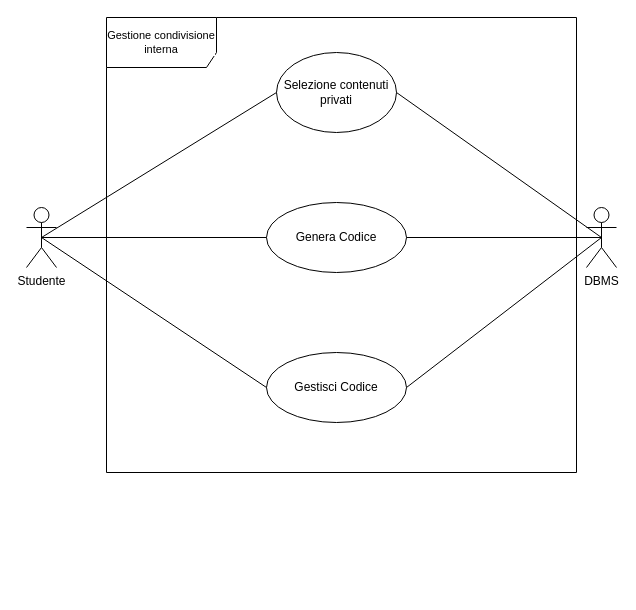
The draw.io diagram page "Gest cond interna" (15 of 16) of visteD'insiemeDraw/VistaD'insiemeProgetto-2.drawio in SImone1104/IDS, before the edit. Source tidied: cells renumbered, new cells numbered last; positions are measured from the earlier drawing's top-left corner, leaving out a move shared by most shapes. Both pictures are drawn from the tidied source at 100%, with x=0, y=0 at pixel (26, 17).
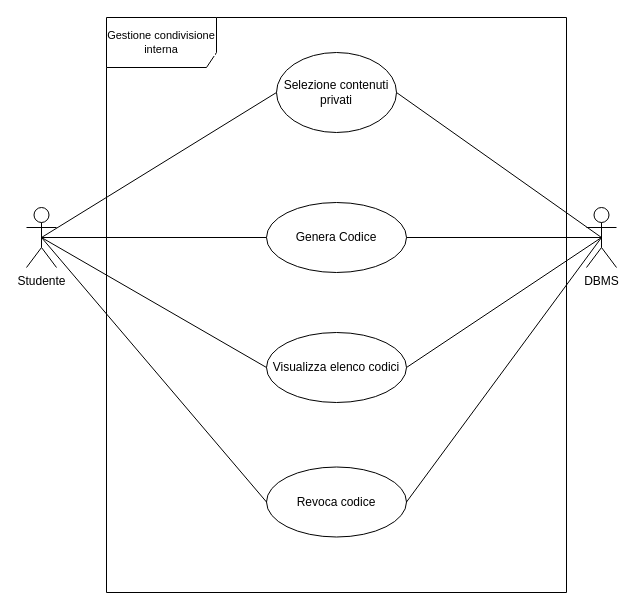
The same diagram, later.

What changed in the source:
```diff
@@
 <mxGraphModel>
   <root>
     <mxCell id="0" />
     <mxCell id="1" parent="0" />
     <mxCell id="2" style="rounded=0;jettySize=auto;html=1;exitX=0.5;exitY=0.5;exitDx=0;exitDy=0;exitPerimeter=0;entryX=0;entryY=0.5;entryDx=0;entryDy=0;endArrow=none;endFill=0;" parent="1" edge="1" source="5" target="11">
       <mxGeometry relative="1" as="geometry" />
     </mxCell>
     <mxCell id="3" style="rounded=0;jettySize=auto;html=1;exitX=0.5;exitY=0.5;exitDx=0;exitDy=0;exitPerimeter=0;entryX=0;entryY=0.5;entryDx=0;entryDy=0;endArrow=none;endFill=0;" parent="1" edge="1" source="5" target="6">
       <mxGeometry relative="1" as="geometry" />
     </mxCell>
     <mxCell id="4" style="rounded=0;jettySize=auto;html=1;exitX=0.5;exitY=0.5;exitDx=0;exitDy=0;exitPerimeter=0;entryX=0;entryY=0.5;entryDx=0;entryDy=0;endArrow=none;endFill=0;" parent="1" edge="1" source="5" target="12">
       <mxGeometry relative="1" as="geometry" />
     </mxCell>
     <mxCell id="5" value="Studente" style="shape=umlActor;verticalLabelPosition=bottom;verticalAlign=top;html=1;outlineConnect=0;" parent="1" vertex="1">
       <mxGeometry y="190" width="30" height="60" as="geometry" />
     </mxCell>
     <mxCell id="6" value="Selezione contenuti privati" style="ellipse;whiteSpace=wrap;html=1;fillColor=none;" parent="1" vertex="1">
       <mxGeometry x="250" y="35" width="120" height="80" as="geometry" />
     </mxCell>
     <mxCell id="7" style="edgeStyle=none;shape=connector;rounded=0;jettySize=auto;html=1;exitX=0.5;exitY=0.5;exitDx=0;exitDy=0;exitPerimeter=0;entryX=1;entryY=0.5;entryDx=0;entryDy=0;strokeColor=default;align=center;verticalAlign=middle;fontFamily=Helvetica;fontSize=11;fontColor=default;labelBackgroundColor=default;endArrow=none;endFill=0;" parent="1" edge="1" source="9" target="11">
       <mxGeometry relative="1" as="geometry" />
     </mxCell>
     <mxCell id="8" style="edgeStyle=none;shape=connector;rounded=0;jettySize=auto;html=1;exitX=0.5;exitY=0.5;exitDx=0;exitDy=0;exitPerimeter=0;entryX=1;entryY=0.5;entryDx=0;entryDy=0;strokeColor=default;align=center;verticalAlign=middle;fontFamily=Helvetica;fontSize=11;fontColor=default;labelBackgroundColor=default;endArrow=none;endFill=0;" parent="1" edge="1" source="9" target="6">
       <mxGeometry relative="1" as="geometry" />
     </mxCell>
     <mxCell id="9" value="DBMS" style="shape=umlActor;verticalLabelPosition=bottom;verticalAlign=top;html=1;outlineConnect=0;" parent="1" vertex="1">
       <mxGeometry x="560" y="190" width="30" height="60" as="geometry" />
     </mxCell>
     <mxCell id="10" value="Gestione condivisione interna" style="shape=umlFrame;whiteSpace=wrap;html=1;fontFamily=Helvetica;fontSize=11;fontColor=default;labelBackgroundColor=default;width=110;height=50;" parent="1" vertex="1">
-      <mxGeometry x="80" width="470" height="455" as="geometry" />
+      <mxGeometry x="80" width="460" height="575" as="geometry" />
     </mxCell>
     <mxCell id="11" value="Genera Codice" style="ellipse;whiteSpace=wrap;html=1;fillColor=none;" parent="1" vertex="1">
       <mxGeometry x="240" y="185" width="140" height="70" as="geometry" />
     </mxCell>
-    <mxCell id="12" value="Gestisci Codice" style="ellipse;whiteSpace=wrap;html=1;fillColor=none;" parent="1" vertex="1">
-      <mxGeometry x="240" y="335" width="140" height="70" as="geometry" />
+    <mxCell id="12" value="Visualizza elenco codici" style="ellipse;whiteSpace=wrap;html=1;fillColor=none;" parent="1" vertex="1">
+      <mxGeometry x="240" y="315" width="140" height="70" as="geometry" />
     </mxCell>
     <mxCell id="13" style="rounded=0;jettySize=auto;html=1;exitX=1;exitY=0.5;exitDx=0;exitDy=0;entryX=0.5;entryY=0.5;entryDx=0;entryDy=0;entryPerimeter=0;endArrow=none;endFill=0;" parent="1" edge="1" source="12" target="9">
       <mxGeometry relative="1" as="geometry" />
     </mxCell>
+    <mxCell id="14" value="Revoca codice" style="ellipse;whiteSpace=wrap;html=1;fillColor=none;" parent="1" vertex="1">
+      <mxGeometry x="240" y="449.5" width="140" height="70" as="geometry" />
+    </mxCell>
+    <mxCell id="15" style="rounded=0;jettySize=auto;html=1;exitX=1;exitY=0.5;exitDx=0;exitDy=0;entryX=0.5;entryY=0.5;entryDx=0;entryDy=0;entryPerimeter=0;endArrow=none;endFill=0;" parent="1" edge="1" source="14" target="9">
+      <mxGeometry relative="1" as="geometry" />
+    </mxCell>
+    <mxCell id="16" style="rounded=0;jettySize=auto;html=1;exitX=0;exitY=0.5;exitDx=0;exitDy=0;entryX=0.5;entryY=0.5;entryDx=0;entryDy=0;entryPerimeter=0;endArrow=none;endFill=0;" parent="1" edge="1" source="14" target="5">
+      <mxGeometry relative="1" as="geometry" />
+    </mxCell>
   </root>
 </mxGraphModel>
```
